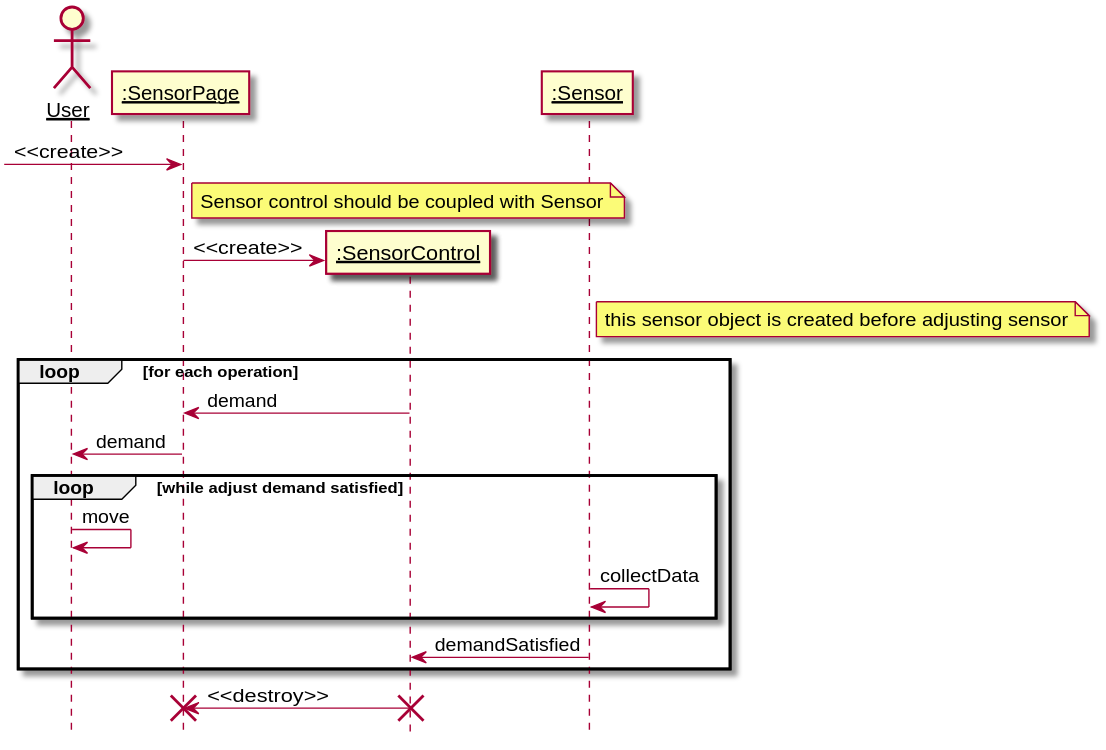
Above: 需求定义和分析/AdjustSensor.svg in kpp19920121/doc (PlantUML), before the change.
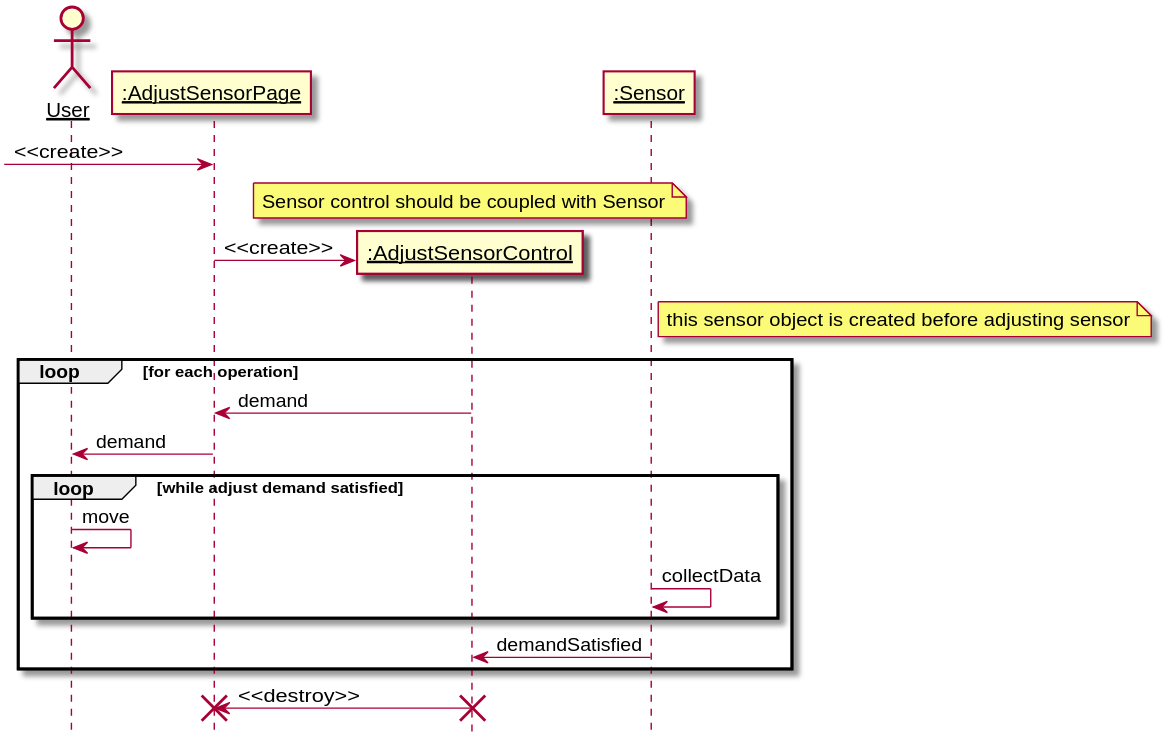
The same file after the commit.

Change to the diagram source:
```diff
@@ -3,8 +3,8 @@
 skinparam sequenceParticipant underline
 
 actor User as user
-participant ":SensorPage" as page
-participant ":SensorControl" as control
+participant ":AdjustSensorPage" as page
+participant ":AdjustSensorControl" as control
 participant ":Sensor" as sensor
 
 [-> page: <<create>>
```
